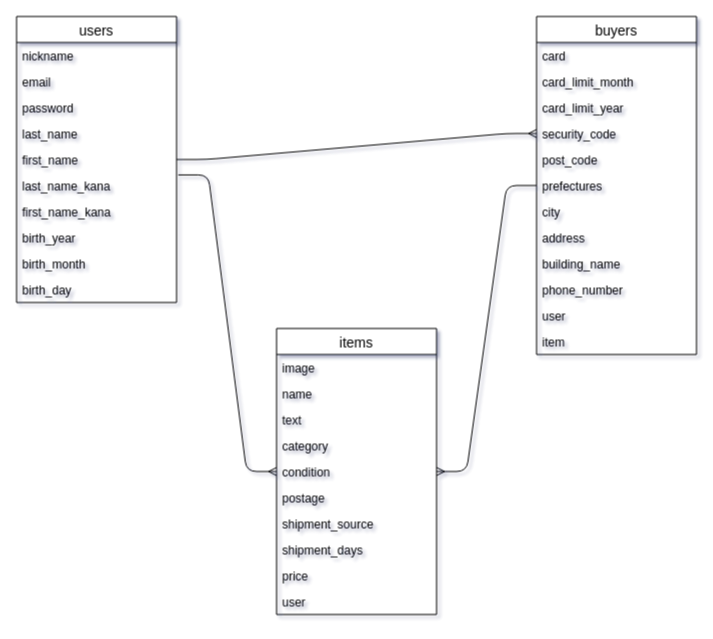
szkan/furima-30427 keeps this draw.io diagram as furima.dio. Above is the earlier version. Source tidied: cells renumbered, new cells numbered last; positions are measured from the earlier drawing's top-left corner, leaving out a move shared by most shapes. Both pictures are drawn from the tidied source at 100%, with x=0, y=0 at pixel (16, 16).
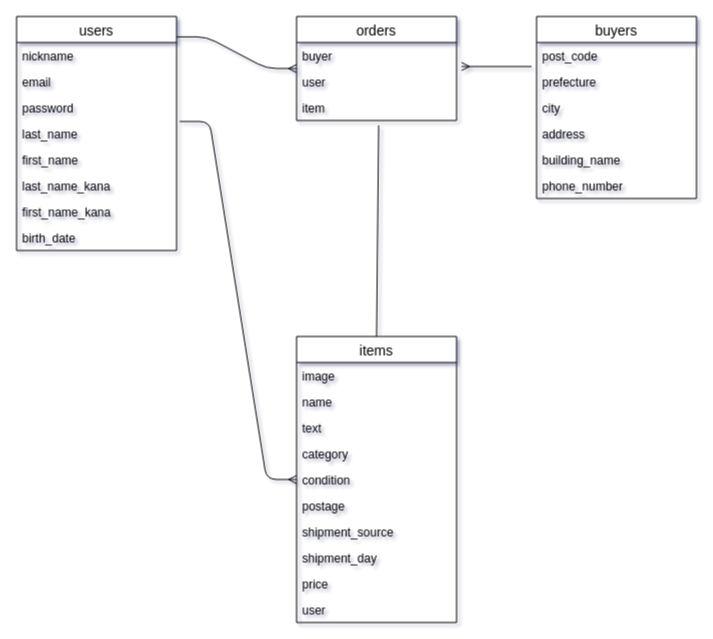
The same diagram, later.

The change refers to these unchanged cells:
```xml
<mxCell id="6" value="last_name" style="text;strokeColor=none;fillColor=none;spacingLeft=4;spacingRight=4;overflow=hidden;points=[[0,0.5],[1,0.5]];portConstraint=eastwest;fontSize=12;" parent="2" vertex="1">
  <mxGeometry y="104" width="160" height="26" as="geometry" />
</mxCell>
<mxCell id="8" value="last_name_kana" style="text;strokeColor=none;fillColor=none;spacingLeft=4;spacingRight=4;overflow=hidden;points=[[0,0.5],[1,0.5]];portConstraint=eastwest;fontSize=12;" parent="2" vertex="1">
  <mxGeometry y="156" width="160" height="26" as="geometry" />
</mxCell>
```

Change to the diagram source:
```diff
@@
     <mxCell id="2" value="users" style="swimlane;fontStyle=0;horizontal=1;startSize=26;align=center;fontSize=14;" parent="1" vertex="1">
-      <mxGeometry width="160" height="286" as="geometry" />
+      <mxGeometry width="160" height="234" as="geometry" />
     </mxCell>
@@
-    <mxCell id="10" value="birth_year" style="text;strokeColor=none;fillColor=none;spacingLeft=4;spacingRight=4;overflow=hidden;fontSize=12;" parent="2" vertex="1">
+    <mxCell id="10" value="birth_date" style="text;strokeColor=none;fillColor=none;spacingLeft=4;spacingRight=4;overflow=hidden;fontSize=12;" parent="2" vertex="1">
       <mxGeometry y="208" width="160" height="26" as="geometry" />
     </mxCell>
-    <mxCell id="11" value="birth_month" style="text;strokeColor=none;fillColor=none;spacingLeft=4;spacingRight=4;overflow=hidden;fontSize=12;" parent="2" vertex="1">
-      <mxGeometry y="234" width="160" height="26" as="geometry" />
-    </mxCell>
-    <mxCell id="12" value="birth_day" style="text;strokeColor=none;fillColor=none;spacingLeft=4;spacingRight=4;overflow=hidden;fontSize=12;" parent="2" vertex="1">
-      <mxGeometry y="260" width="160" height="26" as="geometry" />
-    </mxCell>
-    <mxCell id="13" style="edgeStyle=entityRelationEdgeStyle;fontSize=12;html=1;endArrow=ERmany;exitX=1.011;exitY=0.093;exitDx=0;exitDy=0;exitPerimeter=0;" parent="1" edge="1" source="8" target="29">
+    <mxCell id="13" style="edgeStyle=entityRelationEdgeStyle;fontSize=12;html=1;endArrow=ERmany;exitX=1.019;exitY=0.038;exitDx=0;exitDy=0;exitPerimeter=0;" parent="1" edge="1" source="6" target="29">
       <mxGeometry relative="1" as="geometry" />
     </mxCell>
     <mxCell id="14" value="buyers" style="swimlane;fontStyle=0;horizontal=1;startSize=26;align=center;fontSize=14;" parent="1" vertex="1">
-      <mxGeometry x="520" width="160" height="338" as="geometry" />
+      <mxGeometry x="520" width="160" height="182" as="geometry" />
     </mxCell>
-    <mxCell id="15" value="card" style="text;strokeColor=none;fillColor=none;spacingLeft=4;spacingRight=4;overflow=hidden;fontSize=12;" parent="14" vertex="1">
-      <mxGeometry y="26" width="160" height="26" as="geometry" />
-    </mxCell>
-    <mxCell id="16" value="card_limit_month" style="text;strokeColor=none;fillColor=none;spacingLeft=4;spacingRight=4;overflow=hidden;fontSize=12;" parent="14" vertex="1">
-      <mxGeometry y="52" width="160" height="26" as="geometry" />
-    </mxCell>
-    <mxCell id="17" value="card_limit_year" style="text;strokeColor=none;fillColor=none;spacingLeft=4;spacingRight=4;overflow=hidden;fontSize=12;" parent="14" vertex="1">
-      <mxGeometry y="78" width="160" height="26" as="geometry" />
-    </mxCell>
-    <mxCell id="18" value="security_code" style="text;strokeColor=none;fillColor=none;spacingLeft=4;spacingRight=4;overflow=hidden;points=[[0,0.5],[1,0.5]];portConstraint=eastwest;fontSize=12;" parent="14" vertex="1">
-      <mxGeometry y="104" width="160" height="26" as="geometry" />
-    </mxCell>
     <mxCell id="19" value="post_code" style="text;strokeColor=none;fillColor=none;spacingLeft=4;spacingRight=4;overflow=hidden;fontSize=12;" parent="14" vertex="1">
-      <mxGeometry y="130" width="160" height="26" as="geometry" />
+      <mxGeometry y="26" width="160" height="26" as="geometry" />
     </mxCell>
-    <mxCell id="20" value="prefectures" style="text;strokeColor=none;fillColor=none;spacingLeft=4;spacingRight=4;overflow=hidden;points=[[0,0.5],[1,0.5]];portConstraint=eastwest;fontSize=12;" parent="14" vertex="1">
-      <mxGeometry y="156" width="160" height="26" as="geometry" />
+    <mxCell id="20" value="prefecture" style="text;strokeColor=none;fillColor=none;spacingLeft=4;spacingRight=4;overflow=hidden;points=[[0,0.5],[1,0.5]];portConstraint=eastwest;fontSize=12;" parent="14" vertex="1">
+      <mxGeometry y="52" width="160" height="26" as="geometry" />
     </mxCell>
     <mxCell id="21" value="city" style="text;strokeColor=none;fillColor=none;spacingLeft=4;spacingRight=4;overflow=hidden;fontSize=12;" parent="14" vertex="1">
-      <mxGeometry y="182" width="160" height="26" as="geometry" />
+      <mxGeometry y="78" width="160" height="26" as="geometry" />
     </mxCell>
     <mxCell id="22" value="address" style="text;strokeColor=none;fillColor=none;spacingLeft=4;spacingRight=4;overflow=hidden;fontSize=12;" parent="14" vertex="1">
-      <mxGeometry y="208" width="160" height="26" as="geometry" />
+      <mxGeometry y="104" width="160" height="26" as="geometry" />
     </mxCell>
     <mxCell id="23" value="building_name" style="text;strokeColor=none;fillColor=none;spacingLeft=4;spacingRight=4;overflow=hidden;fontSize=12;" parent="14" vertex="1">
-      <mxGeometry y="234" width="160" height="26" as="geometry" />
+      <mxGeometry y="130" width="160" height="26" as="geometry" />
     </mxCell>
     <mxCell id="24" value="phone_number" style="text;strokeColor=none;fillColor=none;spacingLeft=4;spacingRight=4;overflow=hidden;fontSize=12;" parent="14" vertex="1">
-      <mxGeometry y="260" width="160" height="26" as="geometry" />
+      <mxGeometry y="156" width="160" height="26" as="geometry" />
     </mxCell>
+    <mxCell id="40" style="endArrow=none;html=1;rounded=0;exitX=0.5;exitY=0;exitDx=0;exitDy=0;entryX=0.513;entryY=1.192;entryDx=0;entryDy=0;entryPerimeter=0;" parent="1" edge="1" source="29" target="26">
+      <mxGeometry relative="1" as="geometry" />
+    </mxCell>
+    <mxCell id="41" style="edgeStyle=entityRelationEdgeStyle;fontSize=12;html=1;endArrow=ERmany;exitX=1;exitY=0.087;exitDx=0;exitDy=0;exitPerimeter=0;" parent="1" edge="1" source="2" target="42">
+      <mxGeometry relative="1" as="geometry" />
+    </mxCell>
+    <mxCell id="42" value="orders" style="swimlane;fontStyle=0;horizontal=1;startSize=26;align=center;fontSize=14;" parent="1" vertex="1">
+      <mxGeometry x="280" width="160" height="104" as="geometry" />
+    </mxCell>
+    <mxCell id="43" value="buyer" style="text;strokeColor=none;fillColor=none;spacingLeft=4;spacingRight=4;overflow=hidden;fontSize=12;" parent="42" vertex="1">
+      <mxGeometry y="26" width="160" height="26" as="geometry" />
+    </mxCell>
-    <mxCell id="25" value="user" style="text;strokeColor=none;fillColor=none;spacingLeft=4;spacingRight=4;overflow=hidden;points=[[0,0.5],[1,0.5]];portConstraint=eastwest;fontSize=12;" parent="14" vertex="1">
-      <mxGeometry y="286" width="160" height="26" as="geometry" />
+    <mxCell id="25" value="user" style="text;strokeColor=none;fillColor=none;spacingLeft=4;spacingRight=4;overflow=hidden;points=[[0,0.5],[1,0.5]];portConstraint=eastwest;fontSize=12;" parent="42" vertex="1">
+      <mxGeometry y="52" width="160" height="26" as="geometry" />
     </mxCell>
-    <mxCell id="26" value="item" style="text;strokeColor=none;fillColor=none;spacingLeft=4;spacingRight=4;overflow=hidden;points=[[0,0.5],[1,0.5]];portConstraint=eastwest;fontSize=12;" parent="14" vertex="1">
-      <mxGeometry y="312" width="160" height="26" as="geometry" />
+    <mxCell id="26" value="item" style="text;strokeColor=none;fillColor=none;spacingLeft=4;spacingRight=4;overflow=hidden;points=[[0,0.5],[1,0.5]];portConstraint=eastwest;fontSize=12;" parent="42" vertex="1">
+      <mxGeometry y="78" width="160" height="26" as="geometry" />
     </mxCell>
-    <mxCell id="27" style="edgeStyle=entityRelationEdgeStyle;fontSize=12;html=1;endArrow=ERmany;" parent="1" edge="1" source="14" target="29">
-      <mxGeometry relative="1" as="geometry" />
-    </mxCell>
-    <mxCell id="28" style="edgeStyle=entityRelationEdgeStyle;fontSize=12;html=1;endArrow=ERmany;entryX=0;entryY=0.5;entryDx=0;entryDy=0;" parent="1" edge="1" source="2" target="18">
-      <mxGeometry relative="1" as="geometry" />
-    </mxCell>
     <mxCell id="29" value="items" style="swimlane;fontStyle=0;horizontal=1;startSize=26;align=center;fontSize=14;" parent="1" vertex="1">
-      <mxGeometry x="260" y="312" width="160" height="286" as="geometry" />
+      <mxGeometry x="280" y="320" width="160" height="286" as="geometry" />
     </mxCell>
@@
-    <mxCell id="37" value="shipment_days" style="text;strokeColor=none;fillColor=none;spacingLeft=4;spacingRight=4;overflow=hidden;fontSize=12;" parent="29" vertex="1">
+    <mxCell id="37" value="shipment_day" style="text;strokeColor=none;fillColor=none;spacingLeft=4;spacingRight=4;overflow=hidden;fontSize=12;" parent="29" vertex="1">
       <mxGeometry y="208" width="160" height="26" as="geometry" />
     </mxCell>
@@
+    <mxCell id="44" style="fontSize=12;html=1;endArrow=ERmany;entryX=1.031;entryY=-0.077;entryDx=0;entryDy=0;entryPerimeter=0;exitX=-0.031;exitY=-0.077;exitDx=0;exitDy=0;exitPerimeter=0;" parent="1" edge="1" source="20" target="25">
+      <mxGeometry relative="1" as="geometry" />
+    </mxCell>
```
